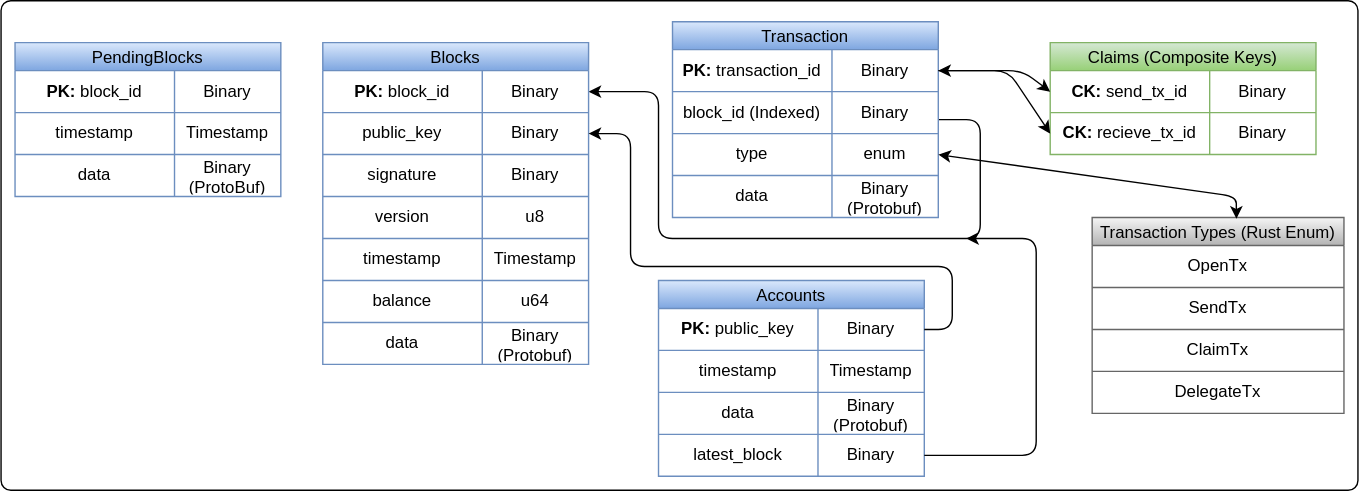
Before: docs/developers/storage/entity.drawio.svg, a diagram exported from draw.io (pognetwork/champ). Source tidied: cells renumbered, new cells last; positions are measured from the earlier drawing's top-left corner, leaving out a move shared by most shapes.
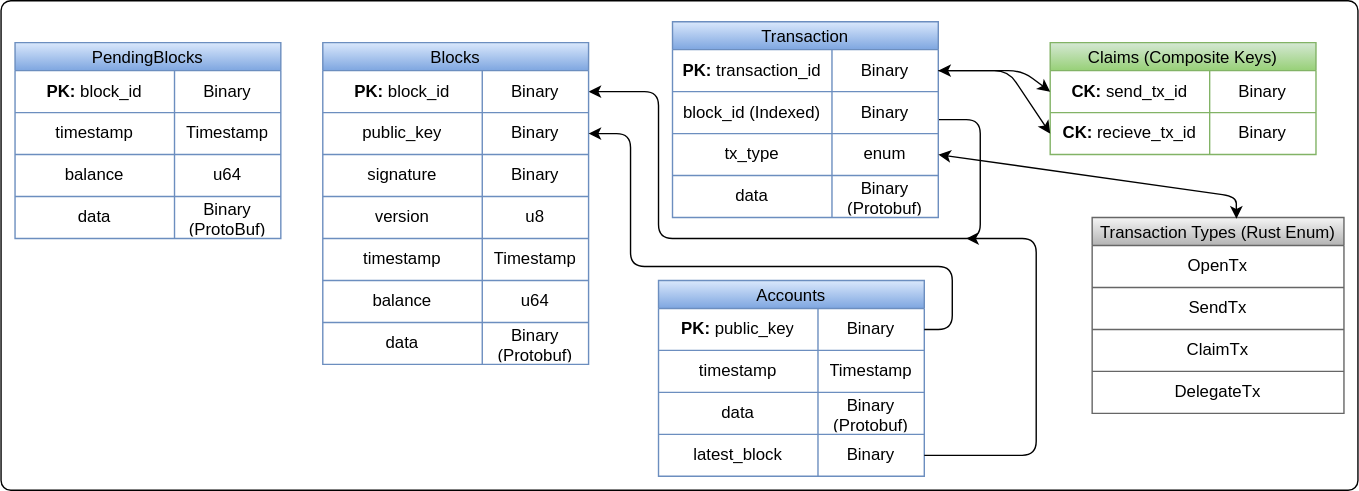
Later version of the same file.

What changed in the source:
```diff
@@ -39,7 +39,7 @@
     <mxCell id="11" style="shape=partialRectangle;fillColor=none;top=0;left=0;bottom=0;right=0;points=[[0,0.5],[1,0.5]];portConstraint=eastwest;" parent="4" vertex="1">
       <mxGeometry y="80" width="190" height="30" as="geometry" />
     </mxCell>
-    <mxCell id="12" value="type" style="shape=partialRectangle;html=1;whiteSpace=wrap;overflow=hidden;fillColor=none;top=0;left=0;bottom=0;right=0;" parent="11" vertex="1">
+    <mxCell id="12" value="tx_type" style="shape=partialRectangle;html=1;whiteSpace=wrap;overflow=hidden;fillColor=none;top=0;left=0;bottom=0;right=0;" parent="11" vertex="1">
       <mxGeometry width="114" height="30" as="geometry" />
     </mxCell>
     <mxCell id="13" value="enum" style="shape=partialRectangle;html=1;whiteSpace=wrap;overflow=hidden;fillColor=none;top=0;left=0;bottom=0;right=0;" parent="11" vertex="1">
@@ -142,7 +142,7 @@
       <mxGeometry x="114" width="76" height="30" as="geometry" />
     </mxCell>
     <mxCell id="46" value="PendingBlocks" style="shape=table;startSize=20;fillColor=#dae8fc;strokeColor=#6c8ebf;gradientColor=#7ea6e0;" parent="1" vertex="1">
-      <mxGeometry x="10" y="30" width="190" height="110" as="geometry" />
+      <mxGeometry x="10" y="30" width="190" height="140" as="geometry" />
     </mxCell>
     <mxCell id="47" style="shape=partialRectangle;fillColor=none;top=0;left=0;bottom=0;right=0;" parent="46" vertex="1">
       <mxGeometry y="20" width="190" height="30" as="geometry" />
@@ -162,8 +162,17 @@
     <mxCell id="52" value="Timestamp" style="shape=partialRectangle;html=1;whiteSpace=wrap;overflow=hidden;fillColor=none;top=0;left=0;bottom=0;right=0;" parent="50" vertex="1">
       <mxGeometry x="114" width="76" height="30" as="geometry" />
     </mxCell>
+    <mxCell id="83" style="shape=partialRectangle;fillColor=none;top=0;left=0;bottom=0;right=0;" parent="46" vertex="1">
+      <mxGeometry y="80" width="190" height="30" as="geometry" />
+    </mxCell>
+    <mxCell id="84" value="balance" style="shape=partialRectangle;html=1;whiteSpace=wrap;overflow=hidden;fillColor=none;top=0;left=0;bottom=0;right=0;" parent="83" vertex="1">
+      <mxGeometry width="114" height="30" as="geometry" />
+    </mxCell>
+    <mxCell id="85" value="u64" style="shape=partialRectangle;html=1;whiteSpace=wrap;overflow=hidden;fillColor=none;top=0;left=0;bottom=0;right=0;" parent="83" vertex="1">
+      <mxGeometry x="114" width="76" height="30" as="geometry" />
+    </mxCell>
     <mxCell id="53" style="shape=partialRectangle;fillColor=none;top=0;left=0;bottom=0;right=0;" parent="46" vertex="1">
-      <mxGeometry y="80" width="190" height="30" as="geometry" />
+      <mxGeometry y="110" width="190" height="30" as="geometry" />
     </mxCell>
     <mxCell id="54" value="data" style="shape=partialRectangle;html=1;whiteSpace=wrap;overflow=hidden;fillColor=none;top=0;left=0;bottom=0;right=0;" parent="53" vertex="1">
       <mxGeometry width="114" height="30" as="geometry" />
```
